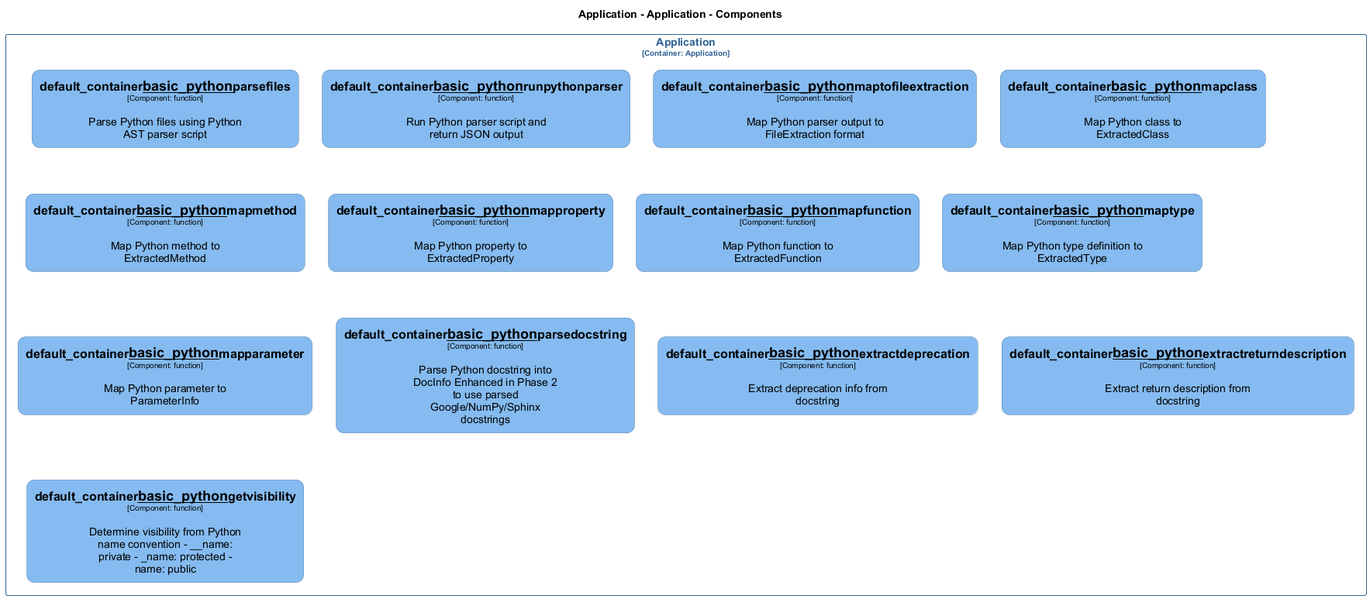
This is docs/architecture/diagrams/structurizr-Classes_default_container__basic_python.png from chrislyons-dev/archlette, a PlantUML export, as it was before one commit.
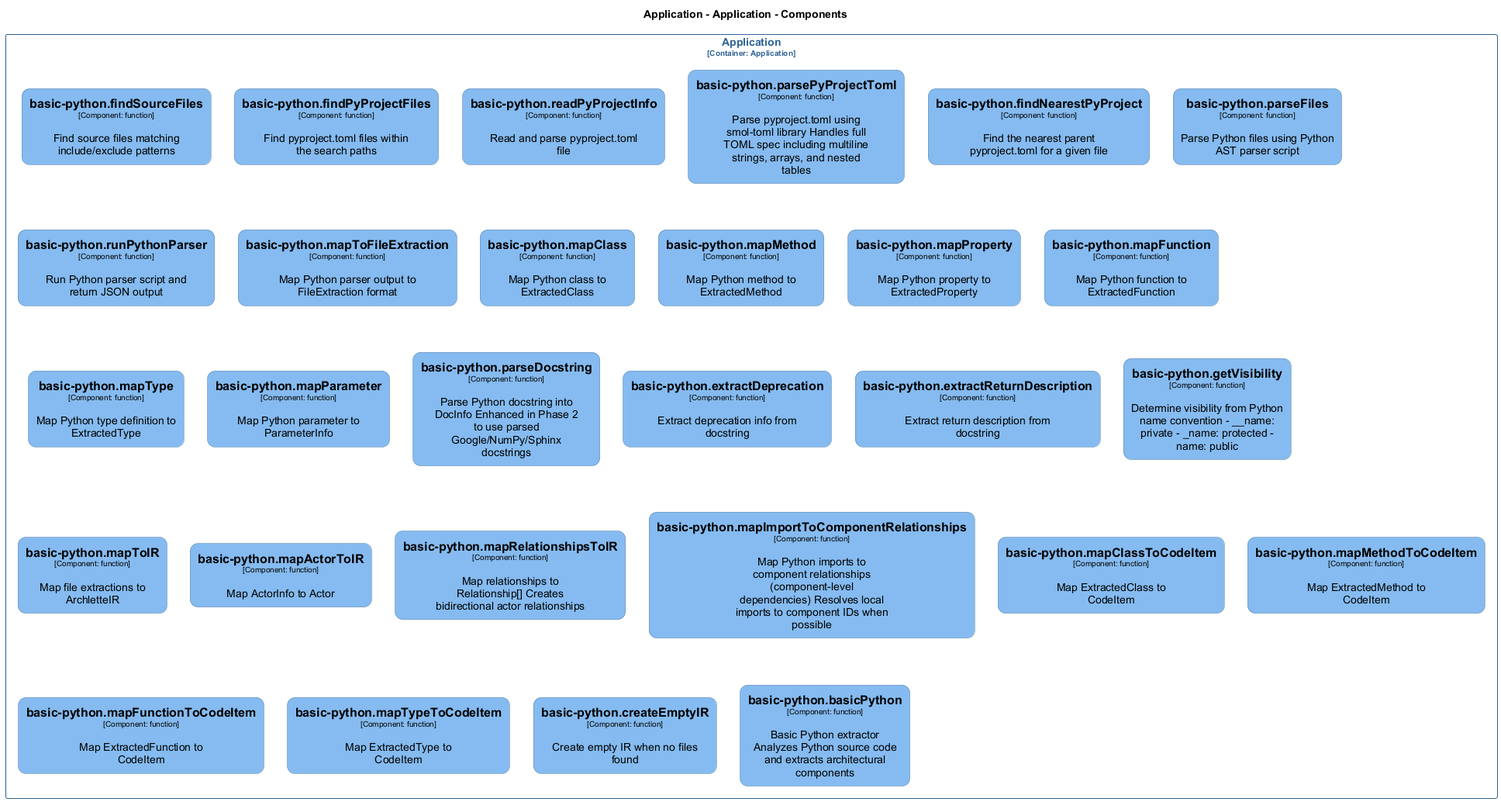
After the commit.

Diff of the diagram source:
```diff
@@ -16,91 +16,196 @@
 
 hide stereotype
 
-skinparam rectangle<<Application.Application.default_container__basic_python__extractdeprecation>> {
+skinparam rectangle<<Application.Application.basicpythonbasicPython>> {
   BackgroundColor #85bbf0
   FontColor #000000
   BorderColor #5d82a8
   roundCorner 20
   shadowing false
 }
-skinparam rectangle<<Application.Application.default_container__basic_python__extractreturndescription>> {
+skinparam rectangle<<Application.Application.basicpythoncreateEmptyIR>> {
   BackgroundColor #85bbf0
   FontColor #000000
   BorderColor #5d82a8
   roundCorner 20
   shadowing false
 }
-skinparam rectangle<<Application.Application.default_container__basic_python__getvisibility>> {
+skinparam rectangle<<Application.Application.basicpythonextractDeprecation>> {
   BackgroundColor #85bbf0
   FontColor #000000
   BorderColor #5d82a8
   roundCorner 20
   shadowing false
 }
-skinparam rectangle<<Application.Application.default_container__basic_python__mapclass>> {
+skinparam rectangle<<Application.Application.basicpythonextractReturnDescription>> {
   BackgroundColor #85bbf0
   FontColor #000000
   BorderColor #5d82a8
   roundCorner 20
   shadowing false
 }
-skinparam rectangle<<Application.Application.default_container__basic_python__mapfunction>> {
+skinparam rectangle<<Application.Application.basicpythonfindNearestPyProject>> {
   BackgroundColor #85bbf0
   FontColor #000000
   BorderColor #5d82a8
   roundCorner 20
   shadowing false
 }
-skinparam rectangle<<Application.Application.default_container__basic_python__mapmethod>> {
+skinparam rectangle<<Application.Application.basicpythonfindPyProjectFiles>> {
   BackgroundColor #85bbf0
   FontColor #000000
   BorderColor #5d82a8
   roundCorner 20
   shadowing false
 }
-skinparam rectangle<<Application.Application.default_container__basic_python__mapparameter>> {
+skinparam rectangle<<Application.Application.basicpythonfindSourceFiles>> {
   BackgroundColor #85bbf0
   FontColor #000000
   BorderColor #5d82a8
   roundCorner 20
   shadowing false
 }
-skinparam rectangle<<Application.Application.default_container__basic_python__mapproperty>> {
+skinparam rectangle<<Application.Application.basicpythongetVisibility>> {
   BackgroundColor #85bbf0
   FontColor #000000
   BorderColor #5d82a8
   roundCorner 20
   shadowing false
 }
-skinparam rectangle<<Application.Application.default_container__basic_python__maptofileextraction>> {
+skinparam rectangle<<Application.Application.basicpythonmapActorToIR>> {
   BackgroundColor #85bbf0
   FontColor #000000
   BorderColor #5d82a8
   roundCorner 20
   shadowing false
 }
-skinparam rectangle<<Application.Application.default_container__basic_python__maptype>> {
+skinparam rectangle<<Application.Application.basicpythonmapClass>> {
   BackgroundColor #85bbf0
   FontColor #000000
   BorderColor #5d82a8
   roundCorner 20
   shadowing false
 }
-skinparam rectangle<<Application.Application.default_container__basic_python__parsedocstring>> {
+skinparam rectangle<<Application.Application.basicpythonmapClassToCodeItem>> {
   BackgroundColor #85bbf0
   FontColor #000000
   BorderColor #5d82a8
   roundCorner 20
   shadowing false
 }
-skinparam rectangle<<Application.Application.default_container__basic_python__parsefiles>> {
+skinparam rectangle<<Application.Application.basicpythonmapFunction>> {
   BackgroundColor #85bbf0
   FontColor #000000
   BorderColor #5d82a8
   roundCorner 20
   shadowing false
 }
-skinparam rectangle<<Application.Application.default_container__basic_python__runpythonparser>> {
+skinparam rectangle<<Application.Application.basicpythonmapFunctionToCodeItem>> {
+  BackgroundColor #85bbf0
+  FontColor #000000
+  BorderColor #5d82a8
+  roundCorner 20
+  shadowing false
+}
+skinparam rectangle<<Application.Application.basicpythonmapImportToComponentRelationships>> {
+  BackgroundColor #85bbf0
+  FontColor #000000
+  BorderColor #5d82a8
+  roundCorner 20
+  shadowing false
+}
+skinparam rectangle<<Application.Application.basicpythonmapMethod>> {
+  BackgroundColor #85bbf0
+  FontColor #000000
+  BorderColor #5d82a8
+  roundCorner 20
+  shadowing false
+}
+skinparam rectangle<<Application.Application.basicpythonmapMethodToCodeItem>> {
+  BackgroundColor #85bbf0
+  FontColor #000000
+  BorderColor #5d82a8
+  roundCorner 20
+  shadowing false
+}
+skinparam rectangle<<Application.Application.basicpythonmapParameter>> {
+  BackgroundColor #85bbf0
+  FontColor #000000
+  BorderColor #5d82a8
+  roundCorner 20
+  shadowing false
+}
+skinparam rectangle<<Application.Application.basicpythonmapProperty>> {
+  BackgroundColor #85bbf0
+  FontColor #000000
+  BorderColor #5d82a8
+  roundCorner 20
+  shadowing false
+}
+skinparam rectangle<<Application.Application.basicpythonmapRelationshipsToIR>> {
+  BackgroundColor #85bbf0
+  FontColor #000000
+  BorderColor #5d82a8
+  roundCorner 20
+  shadowing false
+}
+skinparam rectangle<<Application.Application.basicpythonmapToFileExtraction>> {
+  BackgroundColor #85bbf0
+  FontColor #000000
+  BorderColor #5d82a8
+  roundCorner 20
+  shadowing false
+}
+skinparam rectangle<<Application.Application.basicpythonmapToIR>> {
+  BackgroundColor #85bbf0
+  FontColor #000000
+  BorderColor #5d82a8
+  roundCorner 20
+  shadowing false
+}
+skinparam rectangle<<Application.Application.basicpythonmapType>> {
+  BackgroundColor #85bbf0
+  FontColor #000000
+  BorderColor #5d82a8
+  roundCorner 20
+  shadowing false
+}
+skinparam rectangle<<Application.Application.basicpythonmapTypeToCodeItem>> {
+  BackgroundColor #85bbf0
+  FontColor #000000
+  BorderColor #5d82a8
+  roundCorner 20
+  shadowing false
+}
+skinparam rectangle<<Application.Application.basicpythonparseDocstring>> {
+  BackgroundColor #85bbf0
+  FontColor #000000
+  BorderColor #5d82a8
+  roundCorner 20
+  shadowing false
+}
+skinparam rectangle<<Application.Application.basicpythonparseFiles>> {
+  BackgroundColor #85bbf0
+  FontColor #000000
+  BorderColor #5d82a8
+  roundCorner 20
+  shadowing false
+}
+skinparam rectangle<<Application.Application.basicpythonparsePyProjectToml>> {
+  BackgroundColor #85bbf0
+  FontColor #000000
+  BorderColor #5d82a8
+  roundCorner 20
+  shadowing false
+}
+skinparam rectangle<<Application.Application.basicpythonreadPyProjectInfo>> {
+  BackgroundColor #85bbf0
+  FontColor #000000
+  BorderColor #5d82a8
+  roundCorner 20
+  shadowing false
+}
+skinparam rectangle<<Application.Application.basicpythonrunPythonParser>> {
   BackgroundColor #85bbf0
   FontColor #000000
   BorderColor #5d82a8
@@ -114,19 +219,34 @@
 }
 
 rectangle "Application\n<size:10>[Container: Application]</size>" <<Application.Application>> {
-  rectangle "==default_container__basic_python__parsefiles\n<size:10>[Component: function]</size>\n\nParse Python files using Python AST parser script" <<Application.Application.default_container__basic_python__parsefiles>> as Application.Application.default_container__basic_python__parsefiles
-  rectangle "==default_container__basic_python__runpythonparser\n<size:10>[Component: function]</size>\n\nRun Python parser script and return JSON output" <<Application.Application.default_container__basic_python__runpythonparser>> as Application.Application.default_container__basic_python__runpythonparser
-  rectangle "==default_container__basic_python__maptofileextraction\n<size:10>[Component: function]</size>\n\nMap Python parser output to FileExtraction format" <<Application.Application.default_container__basic_python__maptofileextraction>> as Application.Application.default_container__basic_python__maptofileextraction
-  rectangle "==default_container__basic_python__mapclass\n<size:10>[Component: function]</size>\n\nMap Python class to ExtractedClass" <<Application.Application.default_container__basic_python__mapclass>> as Application.Application.default_container__basic_python__mapclass
-  rectangle "==default_container__basic_python__mapmethod\n<size:10>[Component: function]</size>\n\nMap Python method to ExtractedMethod" <<Application.Application.default_container__basic_python__mapmethod>> as Application.Application.default_container__basic_python__mapmethod
-  rectangle "==default_container__basic_python__mapproperty\n<size:10>[Component: function]</size>\n\nMap Python property to ExtractedProperty" <<Application.Application.default_container__basic_python__mapproperty>> as Application.Application.default_container__basic_python__mapproperty
-  rectangle "==default_container__basic_python__mapfunction\n<size:10>[Component: function]</size>\n\nMap Python function to ExtractedFunction" <<Application.Application.default_container__basic_python__mapfunction>> as Application.Application.default_container__basic_python__mapfunction
-  rectangle "==default_container__basic_python__maptype\n<size:10>[Component: function]</size>\n\nMap Python type definition to ExtractedType" <<Application.Application.default_container__basic_python__maptype>> as Application.Application.default_container__basic_python__maptype
-  rectangle "==default_container__basic_python__mapparameter\n<size:10>[Component: function]</size>\n\nMap Python parameter to ParameterInfo" <<Application.Application.default_container__basic_python__mapparameter>> as Application.Application.default_container__basic_python__mapparameter
-  rectangle "==default_container__basic_python__parsedocstring\n<size:10>[Component: function]</size>\n\nParse Python docstring into DocInfo Enhanced in Phase 2 to use parsed Google/NumPy/Sphinx docstrings" <<Application.Application.default_container__basic_python__parsedocstring>> as Application.Application.default_container__basic_python__parsedocstring
-  rectangle "==default_container__basic_python__extractdeprecation\n<size:10>[Component: function]</size>\n\nExtract deprecation info from docstring" <<Application.Application.default_container__basic_python__extractdeprecation>> as Application.Application.default_container__basic_python__extractdeprecation
-  rectangle "==default_container__basic_python__extractreturndescription\n<size:10>[Component: function]</size>\n\nExtract return description from docstring" <<Application.Application.default_container__basic_python__extractreturndescription>> as Application.Application.default_container__basic_python__extractreturndescription
-  rectangle "==default_container__basic_python__getvisibility\n<size:10>[Component: function]</size>\n\nDetermine visibility from Python name convention - __name: private - _name: protected - name: public" <<Application.Application.default_container__basic_python__getvisibility>> as Application.Application.default_container__basic_python__getvisibility
+  rectangle "==basic-python.findSourceFiles\n<size:10>[Component: function]</size>\n\nFind source files matching include/exclude patterns" <<Application.Application.basicpythonfindSourceFiles>> as Application.Application.basicpythonfindSourceFiles
+  rectangle "==basic-python.findPyProjectFiles\n<size:10>[Component: function]</size>\n\nFind pyproject.toml files within the search paths" <<Application.Application.basicpythonfindPyProjectFiles>> as Application.Application.basicpythonfindPyProjectFiles
+  rectangle "==basic-python.readPyProjectInfo\n<size:10>[Component: function]</size>\n\nRead and parse pyproject.toml file" <<Application.Application.basicpythonreadPyProjectInfo>> as Application.Application.basicpythonreadPyProjectInfo
+  rectangle "==basic-python.parsePyProjectToml\n<size:10>[Component: function]</size>\n\nParse pyproject.toml using smol-toml library Handles full TOML spec including multiline strings, arrays, and nested tables" <<Application.Application.basicpythonparsePyProjectToml>> as Application.Application.basicpythonparsePyProjectToml
+  rectangle "==basic-python.findNearestPyProject\n<size:10>[Component: function]</size>\n\nFind the nearest parent pyproject.toml for a given file" <<Application.Application.basicpythonfindNearestPyProject>> as Application.Application.basicpythonfindNearestPyProject
+  rectangle "==basic-python.parseFiles\n<size:10>[Component: function]</size>\n\nParse Python files using Python AST parser script" <<Application.Application.basicpythonparseFiles>> as Application.Application.basicpythonparseFiles
+  rectangle "==basic-python.runPythonParser\n<size:10>[Component: function]</size>\n\nRun Python parser script and return JSON output" <<Application.Application.basicpythonrunPythonParser>> as Application.Application.basicpythonrunPythonParser
+  rectangle "==basic-python.mapToFileExtraction\n<size:10>[Component: function]</size>\n\nMap Python parser output to FileExtraction format" <<Application.Application.basicpythonmapToFileExtraction>> as Application.Application.basicpythonmapToFileExtraction
+  rectangle "==basic-python.mapClass\n<size:10>[Component: function]</size>\n\nMap Python class to ExtractedClass" <<Application.Application.basicpythonmapClass>> as Application.Application.basicpythonmapClass
+  rectangle "==basic-python.mapMethod\n<size:10>[Component: function]</size>\n\nMap Python method to ExtractedMethod" <<Application.Application.basicpythonmapMethod>> as Application.Application.basicpythonmapMethod
+  rectangle "==basic-python.mapProperty\n<size:10>[Component: function]</size>\n\nMap Python property to ExtractedProperty" <<Application.Application.basicpythonmapProperty>> as Application.Application.basicpythonmapProperty
+  rectangle "==basic-python.mapFunction\n<size:10>[Component: function]</size>\n\nMap Python function to ExtractedFunction" <<Application.Application.basicpythonmapFunction>> as Application.Application.basicpythonmapFunction
+  rectangle "==basic-python.mapType\n<size:10>[Component: function]</size>\n\nMap Python type definition to ExtractedType" <<Application.Application.basicpythonmapType>> as Application.Application.basicpythonmapType
+  rectangle "==basic-python.mapParameter\n<size:10>[Component: function]</size>\n\nMap Python parameter to ParameterInfo" <<Application.Application.basicpythonmapParameter>> as Application.Application.basicpythonmapParameter
+  rectangle "==basic-python.parseDocstring\n<size:10>[Component: function]</size>\n\nParse Python docstring into DocInfo Enhanced in Phase 2 to use parsed Google/NumPy/Sphinx docstrings" <<Application.Application.basicpythonparseDocstring>> as Application.Application.basicpythonparseDocstring
+  rectangle "==basic-python.extractDeprecation\n<size:10>[Component: function]</size>\n\nExtract deprecation info from docstring" <<Application.Application.basicpythonextractDeprecation>> as Application.Application.basicpythonextractDeprecation
+  rectangle "==basic-python.extractReturnDescription\n<size:10>[Component: function]</size>\n\nExtract return description from docstring" <<Application.Application.basicpythonextractReturnDescription>> as Application.Application.basicpythonextractReturnDescription
+  rectangle "==basic-python.getVisibility\n<size:10>[Component: function]</size>\n\nDetermine visibility from Python name convention - __name: private - _name: protected - name: public" <<Application.Application.basicpythongetVisibility>> as Application.Application.basicpythongetVisibility
+  rectangle "==basic-python.mapToIR\n<size:10>[Component: function]</size>\n\nMap file extractions to ArchletteIR" <<Application.Application.basicpythonmapToIR>> as Application.Application.basicpythonmapToIR
+  rectangle "==basic-python.mapActorToIR\n<size:10>[Component: function]</size>\n\nMap ActorInfo to Actor" <<Application.Application.basicpythonmapActorToIR>> as Application.Application.basicpythonmapActorToIR
+  rectangle "==basic-python.mapRelationshipsToIR\n<size:10>[Component: function]</size>\n\nMap relationships to Relationship[] Creates bidirectional actor relationships" <<Application.Application.basicpythonmapRelationshipsToIR>> as Application.Application.basicpythonmapRelationshipsToIR
+  rectangle "==basic-python.mapImportToComponentRelationships\n<size:10>[Component: function]</size>\n\nMap Python imports to component relationships (component-level dependencies) Resolves local imports to component IDs when possible" <<Application.Application.basicpythonmapImportToComponentRelationships>> as Application.Application.basicpythonmapImportToComponentRelationships
+  rectangle "==basic-python.mapClassToCodeItem\n<size:10>[Component: function]</size>\n\nMap ExtractedClass to CodeItem" <<Application.Application.basicpythonmapClassToCodeItem>> as Application.Application.basicpythonmapClassToCodeItem
+  rectangle "==basic-python.mapMethodToCodeItem\n<size:10>[Component: function]</size>\n\nMap ExtractedMethod to CodeItem" <<Application.Application.basicpythonmapMethodToCodeItem>> as Application.Application.basicpythonmapMethodToCodeItem
+  rectangle "==basic-python.mapFunctionToCodeItem\n<size:10>[Component: function]</size>\n\nMap ExtractedFunction to CodeItem" <<Application.Application.basicpythonmapFunctionToCodeItem>> as Application.Application.basicpythonmapFunctionToCodeItem
+  rectangle "==basic-python.mapTypeToCodeItem\n<size:10>[Component: function]</size>\n\nMap ExtractedType to CodeItem" <<Application.Application.basicpythonmapTypeToCodeItem>> as Application.Application.basicpythonmapTypeToCodeItem
+  rectangle "==basic-python.createEmptyIR\n<size:10>[Component: function]</size>\n\nCreate empty IR when no files found" <<Application.Application.basicpythoncreateEmptyIR>> as Application.Application.basicpythoncreateEmptyIR
+  rectangle "==basic-python.basicPython\n<size:10>[Component: function]</size>\n\nBasic Python extractor Analyzes Python source code and extracts architectural components" <<Application.Application.basicpythonbasicPython>> as Application.Application.basicpythonbasicPython
 }
 
 @enduml
```
